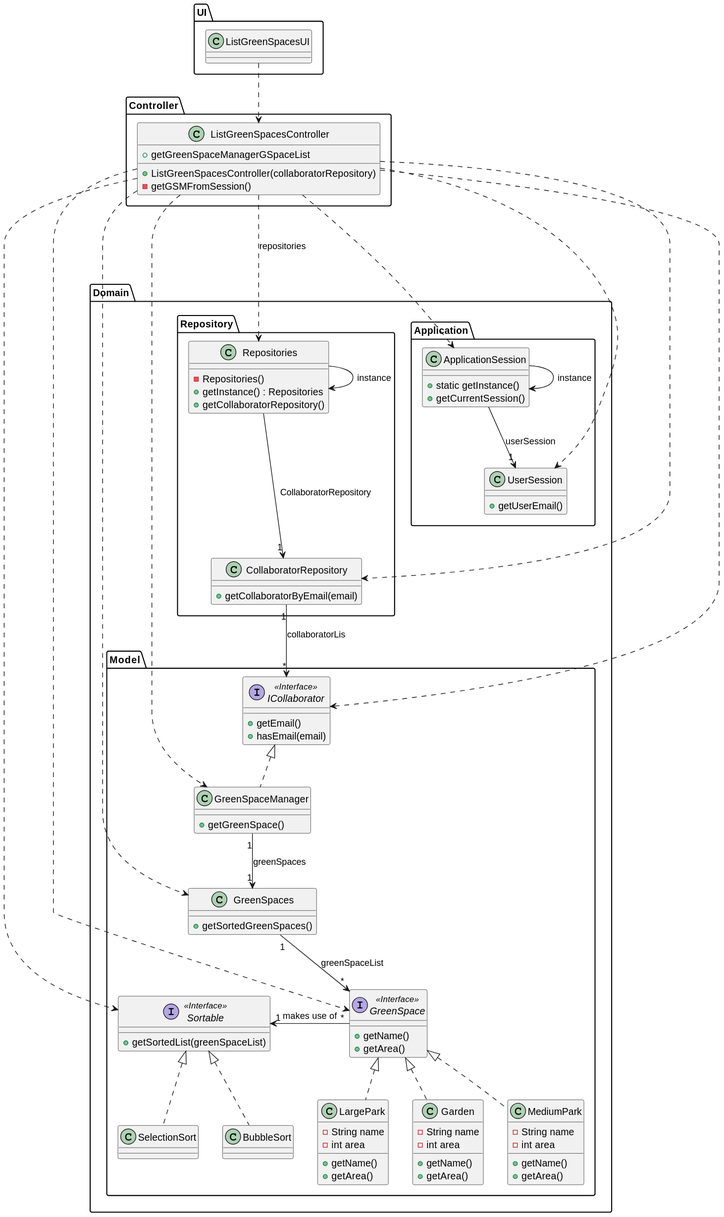
Earlier version of the PlantUML export docs/sprint3/us27/03.design/svg/us27-class-diagram.svg (Departamento-de-Engenharia-Informatica/lei-24-s2-1db-g022).
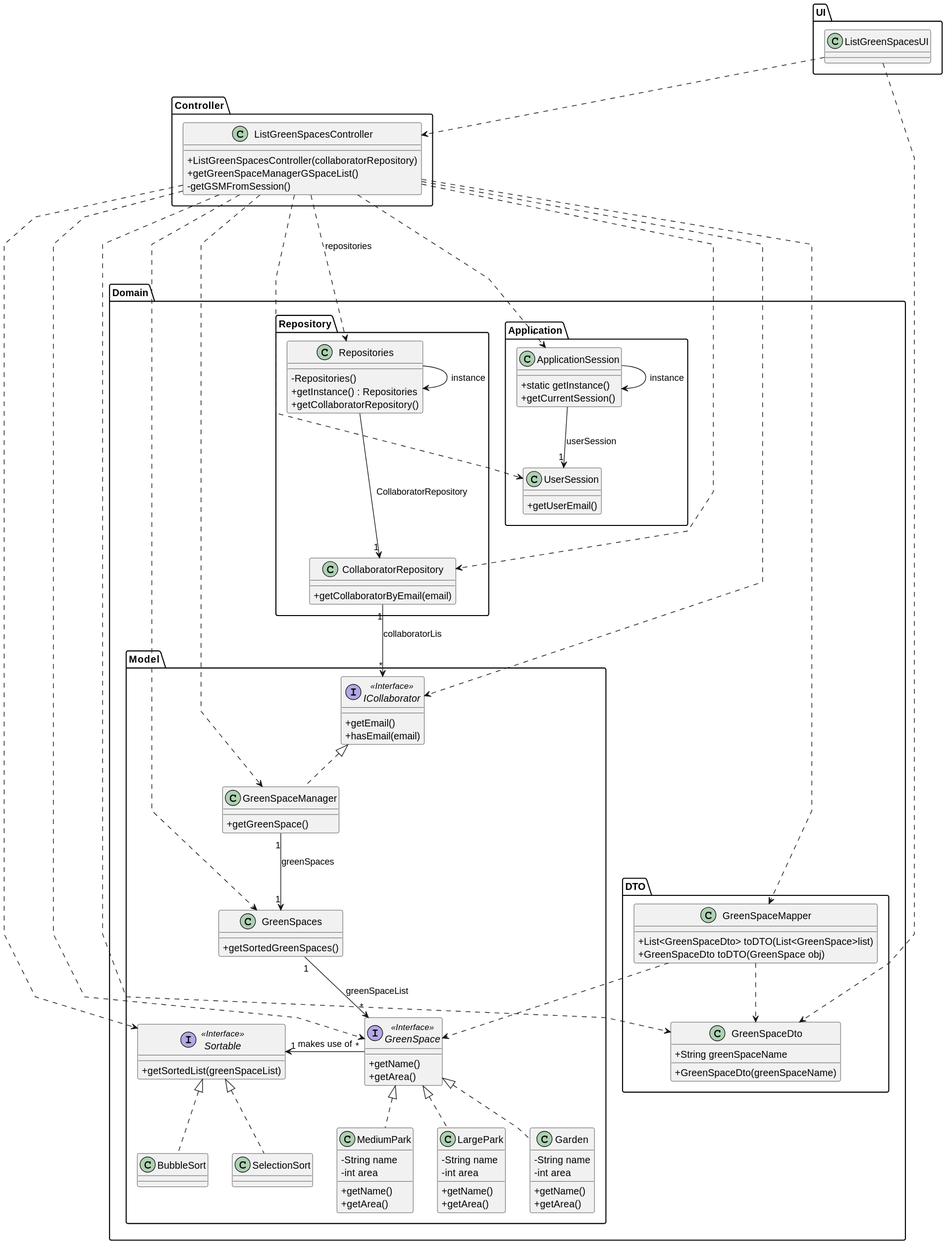
After the commit.

What changed in the source:
```diff
@@ -1,9 +1,9 @@
 @startuml
 skinparam packageStyle rectangle
 skinparam shadowing false
-skinparam linetype orto
+skinparam linetype polyline
 
-skinparam classAttributeIconSize "1"
+skinparam classAttributeIconSize 0
 
 package "UI" <<Folder>> {
     class ListGreenSpacesUI {
@@ -15,7 +15,7 @@
 
     class ListGreenSpacesController {
         + ListGreenSpacesController(collaboratorRepository)
-        + getGreenSpaceManagerGSpaceList
+        + getGreenSpaceManagerGSpaceList()
         - getGSMFromSession()
     }
 
@@ -34,6 +34,19 @@
         class UserSession
         {
             + getUserEmail()
+        }
+    }
+
+    package "Domain.DTO" <<Folder>> {
+
+        class GreenSpaceMapper{
+            + List<GreenSpaceDto> toDTO(List<GreenSpace>list)
+            + GreenSpaceDto toDTO(GreenSpace obj)
+        }
+
+        class GreenSpaceDto{
+            + String greenSpaceName
+            + GreenSpaceDto(greenSpaceName)
         }
     }
 
@@ -112,10 +125,14 @@
     }
 }
 
+GreenSpaceMapper ..> GreenSpaceDto
+GreenSpaceMapper ..> GreenSpace
+
 Repositories -> Repositories : instance
 ApplicationSession -> ApplicationSession : instance
 
 ListGreenSpacesUI ..> ListGreenSpacesController
+ListGreenSpacesUI ..> GreenSpaceDto
 
 ListGreenSpacesController ...> Repositories : repositories
 ListGreenSpacesController ...> ApplicationSession
@@ -126,6 +143,8 @@
 ListGreenSpacesController ...> GreenSpaceManager
 ListGreenSpacesController ...> GreenSpaces
 ListGreenSpacesController ...> Sortable
+ListGreenSpacesController ...> GreenSpaceMapper
+ListGreenSpacesController ...> GreenSpaceDto
 
 ApplicationSession --> "1" UserSession : userSession
 
```
